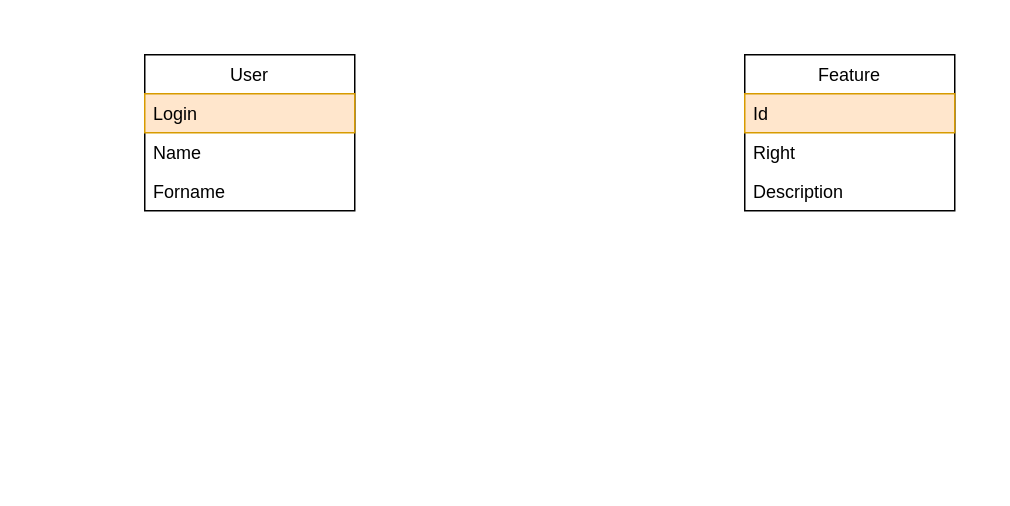
rcolin/releasemgt_gradle keeps this draw.io diagram as Untitled Diagram.drawio. Above is the earlier version. Source tidied: cells renumbered, new cells numbered last; positions are measured from the earlier drawing's top-left corner, leaving out a move shared by most shapes. Both pictures are drawn from the tidied source at 150%, with x=0, y=0 at pixel (144, 54).
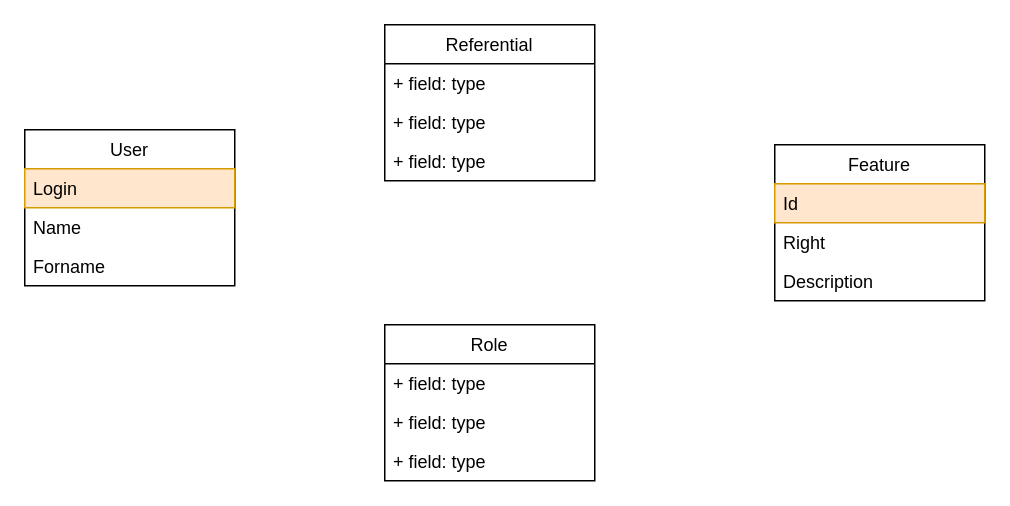
The same page after the edit.

Change to the diagram source:
```diff
@@
 <mxGraphModel>
   <root>
     <mxCell id="0" />
     <mxCell id="1" parent="0" />
+    <mxCell id="6" value="User" style="swimlane;fontStyle=0;horizontal=1;startSize=26;fillColor=none;" parent="1" vertex="1">
+      <mxGeometry x="-80" y="50" width="140" height="104" as="geometry" />
+    </mxCell>
+    <mxCell id="7" value="Login" style="text;strokeColor=#d79b00;fillColor=#ffe6cc;align=left;verticalAlign=top;spacingLeft=4;spacingRight=4;overflow=hidden;" parent="6" vertex="1">
+      <mxGeometry y="26" width="140" height="26" as="geometry" />
+    </mxCell>
+    <mxCell id="8" value="Name" style="text;strokeColor=none;fillColor=none;align=left;verticalAlign=top;spacingLeft=4;spacingRight=4;overflow=hidden;" parent="6" vertex="1">
+      <mxGeometry y="52" width="140" height="26" as="geometry" />
+    </mxCell>
+    <mxCell id="9" value="Forname" style="text;strokeColor=none;fillColor=none;align=left;verticalAlign=top;spacingLeft=4;spacingRight=4;overflow=hidden;" parent="6" vertex="1">
+      <mxGeometry y="78" width="140" height="26" as="geometry" />
+    </mxCell>
+    <mxCell id="10" value="Referential" style="swimlane;fontStyle=0;horizontal=1;startSize=26;fillColor=none;" parent="1" vertex="1">
+      <mxGeometry x="160" y="-20" width="140" height="104" as="geometry" />
+    </mxCell>
+    <mxCell id="11" value="+ field: type" style="text;strokeColor=none;fillColor=none;align=left;verticalAlign=top;spacingLeft=4;spacingRight=4;overflow=hidden;" parent="10" vertex="1">
+      <mxGeometry y="26" width="140" height="26" as="geometry" />
+    </mxCell>
+    <mxCell id="12" value="+ field: type" style="text;strokeColor=none;fillColor=none;align=left;verticalAlign=top;spacingLeft=4;spacingRight=4;overflow=hidden;" parent="10" vertex="1">
+      <mxGeometry y="52" width="140" height="26" as="geometry" />
+    </mxCell>
+    <mxCell id="13" value="+ field: type" style="text;strokeColor=none;fillColor=none;align=left;verticalAlign=top;spacingLeft=4;spacingRight=4;overflow=hidden;" parent="10" vertex="1">
+      <mxGeometry y="78" width="140" height="26" as="geometry" />
+    </mxCell>
     <mxCell id="2" value="Feature" style="swimlane;fontStyle=0;horizontal=1;startSize=26;fillColor=none;" parent="1" vertex="1">
-      <mxGeometry x="400" width="140" height="104" as="geometry" />
+      <mxGeometry x="420" y="60" width="140" height="104" as="geometry" />
     </mxCell>
     <mxCell id="3" value="Id" style="text;strokeColor=#d79b00;fillColor=#ffe6cc;align=left;verticalAlign=top;spacingLeft=4;spacingRight=4;overflow=hidden;" parent="2" vertex="1">
       <mxGeometry y="26" width="140" height="26" as="geometry" />
     </mxCell>
     <mxCell id="4" value="Right" style="text;strokeColor=none;fillColor=none;align=left;verticalAlign=top;spacingLeft=4;spacingRight=4;overflow=hidden;" parent="2" vertex="1">
       <mxGeometry y="52" width="140" height="26" as="geometry" />
     </mxCell>
     <mxCell id="5" value="Description" style="text;strokeColor=none;fillColor=none;align=left;verticalAlign=top;spacingLeft=4;spacingRight=4;overflow=hidden;" parent="2" vertex="1">
       <mxGeometry y="78" width="140" height="26" as="geometry" />
     </mxCell>
-    <mxCell id="6" value="User" style="swimlane;fontStyle=0;horizontal=1;startSize=26;fillColor=none;" parent="1" vertex="1">
-      <mxGeometry width="140" height="104" as="geometry" />
-    </mxCell>
-    <mxCell id="7" value="Login" style="text;strokeColor=#d79b00;fillColor=#ffe6cc;align=left;verticalAlign=top;spacingLeft=4;spacingRight=4;overflow=hidden;" parent="6" vertex="1">
-      <mxGeometry y="26" width="140" height="26" as="geometry" />
-    </mxCell>
-    <mxCell id="8" value="Name" style="text;strokeColor=none;fillColor=none;align=left;verticalAlign=top;spacingLeft=4;spacingRight=4;overflow=hidden;" parent="6" vertex="1">
-      <mxGeometry y="52" width="140" height="26" as="geometry" />
-    </mxCell>
-    <mxCell id="9" value="Forname" style="text;strokeColor=none;fillColor=none;align=left;verticalAlign=top;spacingLeft=4;spacingRight=4;overflow=hidden;" parent="6" vertex="1">
-      <mxGeometry y="78" width="140" height="26" as="geometry" />
-    </mxCell>
+    <mxCell id="14" value="Role" style="swimlane;fontStyle=0;horizontal=1;startSize=26;fillColor=none;" parent="1" vertex="1">
+      <mxGeometry x="160" y="180" width="140" height="104" as="geometry" />
+    </mxCell>
+    <mxCell id="15" value="+ field: type" style="text;strokeColor=none;fillColor=none;align=left;verticalAlign=top;spacingLeft=4;spacingRight=4;overflow=hidden;" parent="14" vertex="1">
+      <mxGeometry y="26" width="140" height="26" as="geometry" />
+    </mxCell>
+    <mxCell id="16" value="+ field: type" style="text;strokeColor=none;fillColor=none;align=left;verticalAlign=top;spacingLeft=4;spacingRight=4;overflow=hidden;" parent="14" vertex="1">
+      <mxGeometry y="52" width="140" height="26" as="geometry" />
+    </mxCell>
+    <mxCell id="17" value="+ field: type" style="text;strokeColor=none;fillColor=none;align=left;verticalAlign=top;spacingLeft=4;spacingRight=4;overflow=hidden;" parent="14" vertex="1">
+      <mxGeometry y="78" width="140" height="26" as="geometry" />
+    </mxCell>
   </root>
 </mxGraphModel>
```
